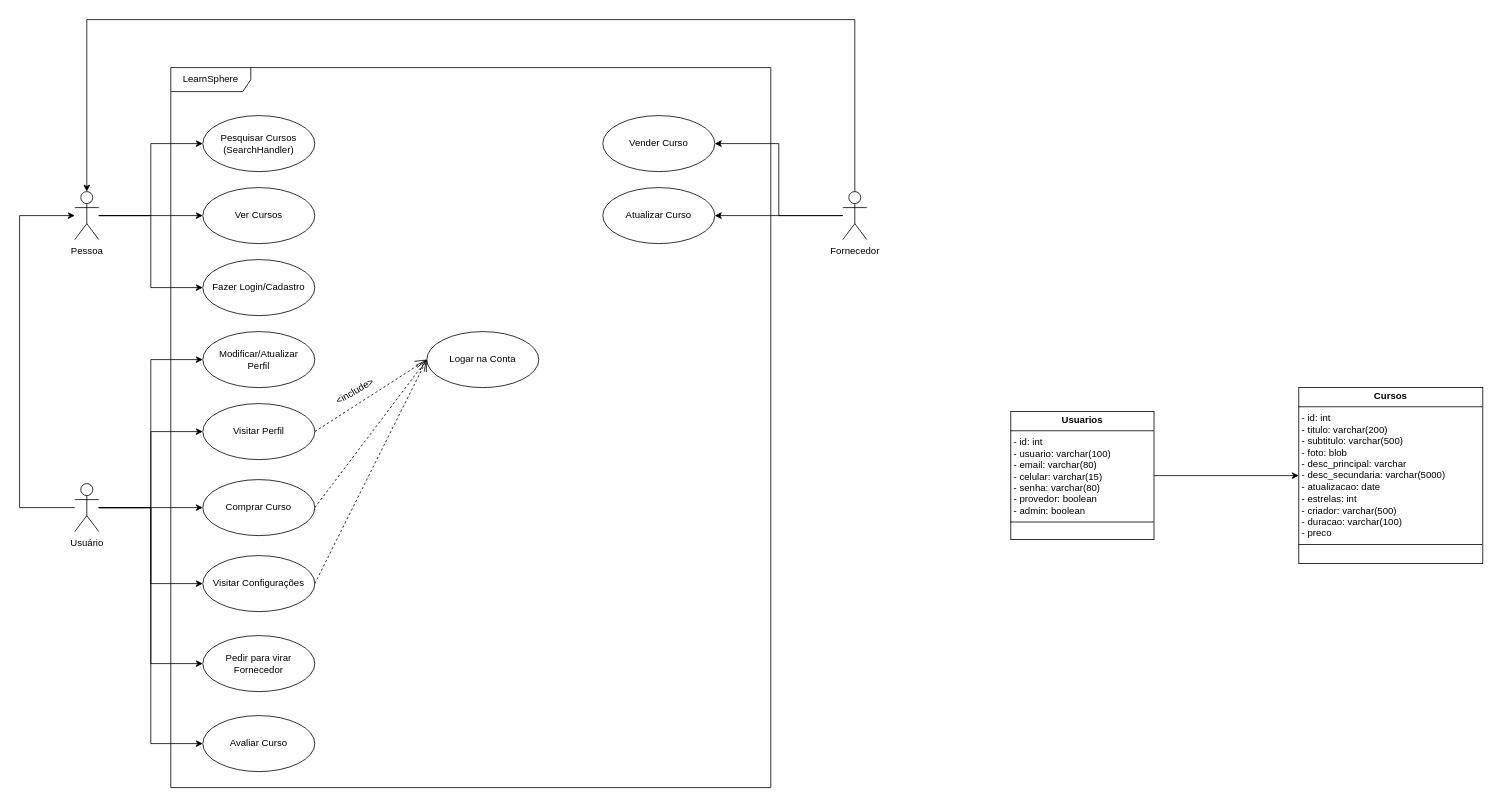
Before: TCC.drawio in NeroWasTrolled/LearnSphere, a draw.io diagram. Source tidied: cells renumbered, new cells numbered last; positions are measured from the earlier drawing's top-left corner, leaving out a move shared by most shapes. Both pictures are drawn from the tidied source at 80%, with x=0, y=0 at pixel (19, 19).
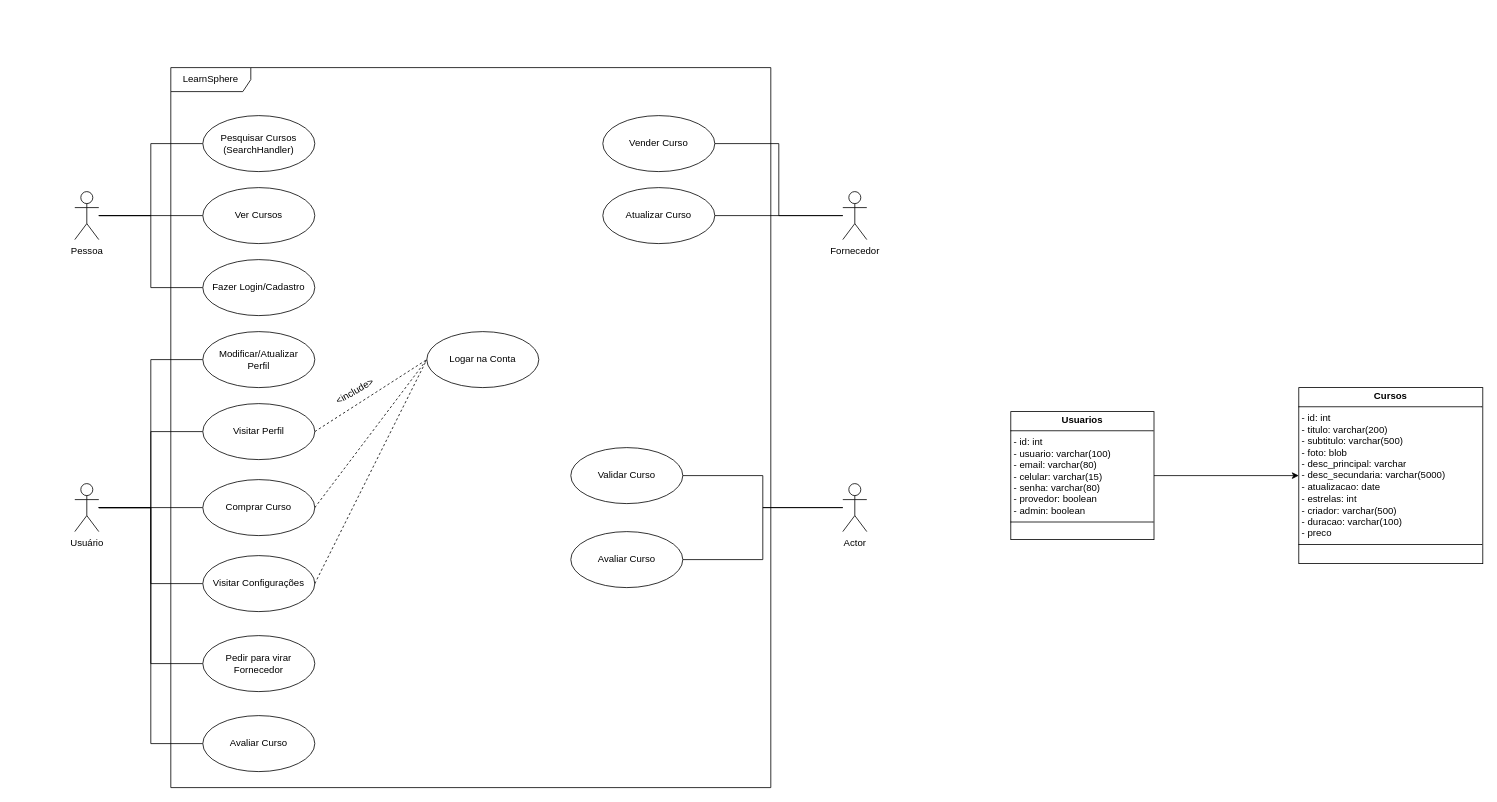
The same page after the edit.

The change refers to these unchanged cells:
```xml
<mxCell id="6" value="Pessoa" style="shape=umlActor;verticalLabelPosition=bottom;verticalAlign=top;html=1;outlineConnect=0;" parent="1" vertex="1">
  <mxGeometry x="69" y="215" width="30" height="60" as="geometry" />
</mxCell>
<mxCell id="14" value="Usuário" style="shape=umlActor;verticalLabelPosition=bottom;verticalAlign=top;html=1;outlineConnect=0;" parent="1" vertex="1">
  <mxGeometry x="69" y="580" width="30" height="60" as="geometry" />
</mxCell>
<mxCell id="17" value="Fornecedor" style="shape=umlActor;verticalLabelPosition=bottom;verticalAlign=top;html=1;outlineConnect=0;" parent="1" vertex="1">
  <mxGeometry x="1029" y="215" width="30" height="60" as="geometry" />
</mxCell>
<mxCell id="18" value="Ver Cursos" style="ellipse;whiteSpace=wrap;html=1;" parent="1" vertex="1">
  <mxGeometry x="229" y="210" width="140" height="70" as="geometry" />
</mxCell>
<mxCell id="19" value="Pesquisar Cursos&lt;br&gt;(SearchHandler)" style="ellipse;whiteSpace=wrap;html=1;" parent="1" vertex="1">
  <mxGeometry x="229" y="120" width="140" height="70" as="geometry" />
</mxCell>
<mxCell id="20" value="Fazer Login/Cadastro" style="ellipse;whiteSpace=wrap;html=1;" parent="1" vertex="1">
  <mxGeometry x="229" y="300" width="140" height="70" as="geometry" />
</mxCell>
<mxCell id="21" value="Comprar Curso" style="ellipse;whiteSpace=wrap;html=1;" parent="1" vertex="1">
  <mxGeometry x="229" y="575" width="140" height="70" as="geometry" />
</mxCell>
<mxCell id="22" value="Visitar Perfil" style="ellipse;whiteSpace=wrap;html=1;" parent="1" vertex="1">
  <mxGeometry x="229" y="480" width="140" height="70" as="geometry" />
</mxCell>
<mxCell id="23" value="Visitar Configurações" style="ellipse;whiteSpace=wrap;html=1;" parent="1" vertex="1">
  <mxGeometry x="229" y="670" width="140" height="70" as="geometry" />
</mxCell>
<mxCell id="24" value="Pedir para virar&lt;div&gt;Fornecedor&lt;/div&gt;" style="ellipse;whiteSpace=wrap;html=1;" parent="1" vertex="1">
  <mxGeometry x="229" y="770" width="140" height="70" as="geometry" />
</mxCell>
<mxCell id="25" value="Modificar/Atualizar&lt;div&gt;&lt;span style=&quot;background-color: initial;&quot;&gt;Perfil&lt;/span&gt;&lt;br&gt;&lt;/div&gt;" style="ellipse;whiteSpace=wrap;html=1;" parent="1" vertex="1">
  <mxGeometry x="229" y="390" width="140" height="70" as="geometry" />
</mxCell>
<mxCell id="27" value="Logar na Conta" style="ellipse;whiteSpace=wrap;html=1;" parent="1" vertex="1">
  <mxGeometry x="509" y="390" width="140" height="70" as="geometry" />
</mxCell>
<mxCell id="32" value="Vender Curso" style="ellipse;whiteSpace=wrap;html=1;" parent="1" vertex="1">
  <mxGeometry x="729" y="120" width="140" height="70" as="geometry" />
</mxCell>
<mxCell id="33" value="Atualizar Curso" style="ellipse;whiteSpace=wrap;html=1;" parent="1" vertex="1">
  <mxGeometry x="729" y="210" width="140" height="70" as="geometry" />
</mxCell>
<mxCell id="34" value="Avaliar Curso" style="ellipse;whiteSpace=wrap;html=1;" parent="1" vertex="1">
  <mxGeometry x="229" y="870" width="140" height="70" as="geometry" />
</mxCell>
```

What changed in the source:
```diff
@@
-    <mxCell id="3" style="edgeStyle=orthogonalEdgeStyle;rounded=0;jettySize=auto;html=1;" parent="1" edge="1" source="6" target="18">
+    <mxCell id="3" style="edgeStyle=orthogonalEdgeStyle;rounded=0;jettySize=auto;html=1;endArrow=none;endFill=0;" parent="1" edge="1" source="6" target="18">
       <mxGeometry relative="1" as="geometry" />
     </mxCell>
-    <mxCell id="4" style="edgeStyle=orthogonalEdgeStyle;rounded=0;jettySize=auto;html=1;entryX=0;entryY=0.5;entryDx=0;entryDy=0;" parent="1" edge="1" source="6" target="19">
+    <mxCell id="4" style="edgeStyle=orthogonalEdgeStyle;rounded=0;jettySize=auto;html=1;entryX=0;entryY=0.5;entryDx=0;entryDy=0;endArrow=none;endFill=0;" parent="1" edge="1" source="6" target="19">
       <mxGeometry relative="1" as="geometry" />
     </mxCell>
-    <mxCell id="5" style="edgeStyle=orthogonalEdgeStyle;rounded=0;jettySize=auto;html=1;entryX=0;entryY=0.5;entryDx=0;entryDy=0;" parent="1" edge="1" source="6" target="20">
+    <mxCell id="5" style="edgeStyle=orthogonalEdgeStyle;rounded=0;jettySize=auto;html=1;entryX=0;entryY=0.5;entryDx=0;entryDy=0;startArrow=none;startFill=0;endArrow=none;endFill=0;" parent="1" edge="1" source="6" target="20">
       <mxGeometry relative="1" as="geometry" />
     </mxCell>
@@
-    <mxCell id="7" style="edgeStyle=orthogonalEdgeStyle;rounded=0;jettySize=auto;html=1;" parent="1" edge="1" source="14" target="6">
-      <mxGeometry relative="1" as="geometry">
-        <Array as="points">
-          <mxPoint y="610" />
-          <mxPoint y="245" />
-        </Array>
-      </mxGeometry>
-    </mxCell>
-    <mxCell id="8" style="edgeStyle=orthogonalEdgeStyle;rounded=0;jettySize=auto;html=1;" parent="1" edge="1" source="14" target="21">
+    <mxCell id="8" style="edgeStyle=orthogonalEdgeStyle;rounded=0;jettySize=auto;html=1;endArrow=none;endFill=0;" parent="1" edge="1" source="14" target="21">
       <mxGeometry relative="1" as="geometry" />
     </mxCell>
-    <mxCell id="9" style="edgeStyle=orthogonalEdgeStyle;rounded=0;jettySize=auto;html=1;entryX=0;entryY=0.5;entryDx=0;entryDy=0;" parent="1" edge="1" source="14" target="23">
+    <mxCell id="9" style="edgeStyle=orthogonalEdgeStyle;rounded=0;jettySize=auto;html=1;entryX=0;entryY=0.5;entryDx=0;entryDy=0;endArrow=none;endFill=0;" parent="1" edge="1" source="14" target="23">
       <mxGeometry relative="1" as="geometry" />
     </mxCell>
-    <mxCell id="10" style="edgeStyle=orthogonalEdgeStyle;rounded=0;jettySize=auto;html=1;entryX=0;entryY=0.5;entryDx=0;entryDy=0;" parent="1" edge="1" source="14" target="22">
+    <mxCell id="10" style="edgeStyle=orthogonalEdgeStyle;rounded=0;jettySize=auto;html=1;entryX=0;entryY=0.5;entryDx=0;entryDy=0;endArrow=none;endFill=0;" parent="1" edge="1" source="14" target="22">
       <mxGeometry relative="1" as="geometry" />
     </mxCell>
-    <mxCell id="11" style="edgeStyle=orthogonalEdgeStyle;rounded=0;jettySize=auto;html=1;entryX=0;entryY=0.5;entryDx=0;entryDy=0;" parent="1" edge="1" source="14" target="25">
+    <mxCell id="11" style="edgeStyle=orthogonalEdgeStyle;rounded=0;jettySize=auto;html=1;entryX=0;entryY=0.5;entryDx=0;entryDy=0;endArrow=none;endFill=0;" parent="1" edge="1" source="14" target="25">
       <mxGeometry relative="1" as="geometry" />
     </mxCell>
-    <mxCell id="12" style="edgeStyle=orthogonalEdgeStyle;rounded=0;jettySize=auto;html=1;entryX=0;entryY=0.5;entryDx=0;entryDy=0;" parent="1" edge="1" source="14" target="24">
+    <mxCell id="12" style="edgeStyle=orthogonalEdgeStyle;rounded=0;jettySize=auto;html=1;entryX=0;entryY=0.5;entryDx=0;entryDy=0;endArrow=none;endFill=0;" parent="1" edge="1" source="14" target="24">
       <mxGeometry relative="1" as="geometry" />
     </mxCell>
-    <mxCell id="13" style="edgeStyle=orthogonalEdgeStyle;rounded=0;jettySize=auto;html=1;entryX=0;entryY=0.5;entryDx=0;entryDy=0;" parent="1" edge="1" source="14" target="34">
+    <mxCell id="13" style="edgeStyle=orthogonalEdgeStyle;rounded=0;jettySize=auto;html=1;entryX=0;entryY=0.5;entryDx=0;entryDy=0;endArrow=none;endFill=0;" parent="1" edge="1" source="14" target="34">
       <mxGeometry relative="1" as="geometry" />
     </mxCell>
@@
-    <mxCell id="15" style="edgeStyle=orthogonalEdgeStyle;rounded=0;jettySize=auto;html=1;entryX=1;entryY=0.5;entryDx=0;entryDy=0;" parent="1" edge="1" source="17" target="32">
+    <mxCell id="15" style="edgeStyle=orthogonalEdgeStyle;rounded=0;jettySize=auto;html=1;entryX=1;entryY=0.5;entryDx=0;entryDy=0;endArrow=none;endFill=0;" parent="1" edge="1" source="17" target="32">
       <mxGeometry relative="1" as="geometry" />
     </mxCell>
-    <mxCell id="16" style="edgeStyle=orthogonalEdgeStyle;rounded=0;jettySize=auto;html=1;" parent="1" edge="1" source="17" target="33">
+    <mxCell id="16" style="edgeStyle=orthogonalEdgeStyle;rounded=0;jettySize=auto;html=1;endArrow=none;endFill=0;" parent="1" edge="1" source="17" target="33">
       <mxGeometry relative="1" as="geometry" />
     </mxCell>
@@
-    <mxCell id="28" style="endArrow=open;endSize=12;dashed=1;html=1;rounded=0;exitX=1;exitY=0.5;exitDx=0;exitDy=0;entryX=0;entryY=0.5;entryDx=0;entryDy=0;" parent="1" edge="1" source="22" target="27">
+    <mxCell id="28" style="endArrow=none;endSize=12;dashed=1;html=1;rounded=0;exitX=1;exitY=0.5;exitDx=0;exitDy=0;entryX=0;entryY=0.5;entryDx=0;entryDy=0;endFill=0;" parent="1" edge="1" source="22" target="27">
       <mxGeometry relative="1" as="geometry" />
     </mxCell>
-    <mxCell id="29" style="endArrow=open;endSize=12;dashed=1;html=1;rounded=0;exitX=1;exitY=0.5;exitDx=0;exitDy=0;entryX=0;entryY=0.5;entryDx=0;entryDy=0;" parent="1" edge="1" source="21" target="27">
+    <mxCell id="29" style="endArrow=none;endSize=12;dashed=1;html=1;rounded=0;exitX=1;exitY=0.5;exitDx=0;exitDy=0;entryX=0;entryY=0.5;entryDx=0;entryDy=0;endFill=0;" parent="1" edge="1" source="21" target="27">
       <mxGeometry relative="1" as="geometry" />
     </mxCell>
-    <mxCell id="30" style="endArrow=open;endSize=12;dashed=1;html=1;rounded=0;exitX=1;exitY=0.5;exitDx=0;exitDy=0;entryX=0;entryY=0.5;entryDx=0;entryDy=0;" parent="1" edge="1" source="23" target="27">
+    <mxCell id="30" style="endArrow=none;endSize=12;dashed=1;html=1;rounded=0;exitX=1;exitY=0.5;exitDx=0;exitDy=0;entryX=0;entryY=0.5;entryDx=0;entryDy=0;endFill=0;" parent="1" edge="1" source="23" target="27">
       <mxGeometry relative="1" as="geometry" />
     </mxCell>
-    <mxCell id="31" style="edgeStyle=orthogonalEdgeStyle;rounded=0;jettySize=auto;html=1;entryX=0.5;entryY=0;entryDx=0;entryDy=0;entryPerimeter=0;" parent="1" edge="1" source="17" target="6">
-      <mxGeometry relative="1" as="geometry">
-        <Array as="points">
-          <mxPoint x="1044" />
-          <mxPoint x="84" />
-        </Array>
-      </mxGeometry>
-    </mxCell>
@@
+    <mxCell id="38" style="edgeStyle=orthogonalEdgeStyle;rounded=0;jettySize=auto;html=1;endArrow=none;endFill=0;" parent="1" edge="1" source="40" target="41">
+      <mxGeometry relative="1" as="geometry" />
+    </mxCell>
+    <mxCell id="39" style="edgeStyle=orthogonalEdgeStyle;rounded=0;jettySize=auto;html=1;entryX=1;entryY=0.5;entryDx=0;entryDy=0;endArrow=none;endFill=0;" parent="1" edge="1" source="40" target="42">
+      <mxGeometry relative="1" as="geometry" />
+    </mxCell>
+    <mxCell id="40" value="Actor" style="shape=umlActor;verticalLabelPosition=bottom;verticalAlign=top;html=1;outlineConnect=0;" parent="1" vertex="1">
+      <mxGeometry x="1029" y="580" width="30" height="60" as="geometry" />
+    </mxCell>
+    <mxCell id="41" value="Validar Curso" style="ellipse;whiteSpace=wrap;html=1;" parent="1" vertex="1">
+      <mxGeometry x="689" y="535" width="140" height="70" as="geometry" />
+    </mxCell>
+    <mxCell id="42" value="Avaliar Curso" style="ellipse;whiteSpace=wrap;html=1;" parent="1" vertex="1">
+      <mxGeometry x="689" y="640" width="140" height="70" as="geometry" />
+    </mxCell>
```
